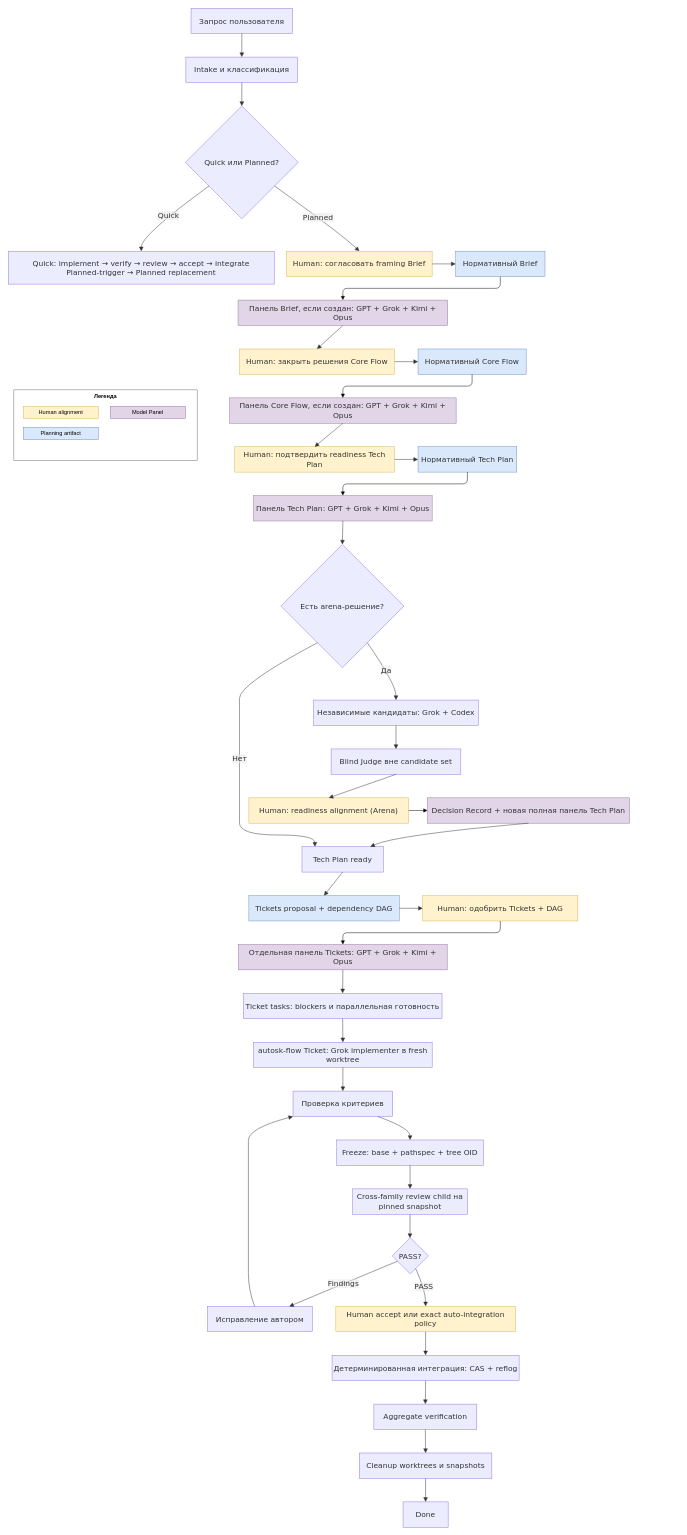
Above: page "Workflow" (1 of 2) of diagrams/autosk-flow.drawio in Valeron2206/autosk-traycer-flow (draw.io), before the change. Source tidied: cells renumbered, new cells numbered last; positions are measured from the earlier drawing's top-left corner, leaving out a move shared by most shapes. Both pictures are drawn from the tidied source at 47%, with x=0, y=0 at pixel (8, 8).
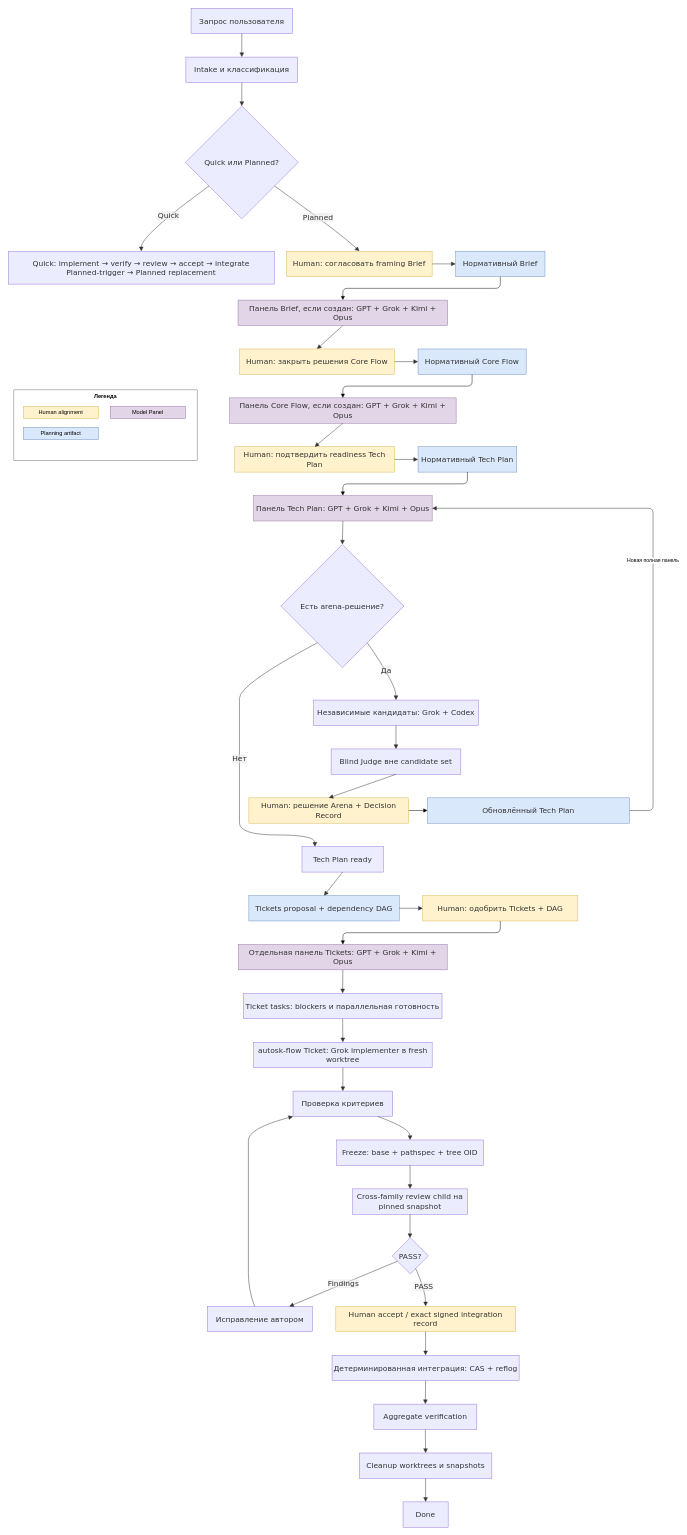
The same page after the edit.

Unchanged cells that the change refers to:
```xml
<mxCell id="11" value="Панель Tech Plan: GPT + Grok + Kimi + Opus" style="html=1;whiteSpace=wrap;strokeWidth=1;fillColor=light-dark(#E1D5E7,#33283a);strokeColor=light-dark(#9673A6,#9673a6);fontColor=light-dark(#333333,#f0f0f0);fontFamily=Trebuchet MS,Verdana,Arial,sans-serif;fontSize=16;" parent="1" vertex="1">
  <mxGeometry x="522" y="1037" width="380" height="54" as="geometry" />
</mxCell>
<mxCell id="16" value="Tech Plan ready" style="html=1;whiteSpace=wrap;strokeWidth=1;fillColor=light-dark(#ECECFF,#1f2020);strokeColor=light-dark(#9370DB,#cccccc);fontColor=light-dark(#333333,#cccccc);fontFamily=Trebuchet MS,Verdana,Arial,sans-serif;fontSize=16;" parent="1" vertex="1">
  <mxGeometry x="625" y="1784" width="173" height="54" as="geometry" />
</mxCell>
```

The edit, as a diff of the source:
```diff
@@
-    <mxCell id="15" value="Decision Record + новая полная панель Tech Plan" style="html=1;whiteSpace=wrap;strokeWidth=1;fillColor=light-dark(#E1D5E7,#33283a);strokeColor=light-dark(#9673A6,#9673a6);fontColor=light-dark(#333333,#f0f0f0);fontFamily=Trebuchet MS,Verdana,Arial,sans-serif;fontSize=16;" parent="1" vertex="1">
+    <mxCell id="15" value="Обновлённый Tech Plan" style="html=1;whiteSpace=wrap;strokeWidth=1;fillColor=light-dark(#DAE8FC,#1d3348);strokeColor=light-dark(#6C8EBF,#6c8ebf);fontColor=light-dark(#333333,#f0f0f0);fontFamily=Trebuchet MS,Verdana,Arial,sans-serif;fontSize=16;" parent="1" vertex="1">
       <mxGeometry x="892" y="1680" width="430" height="54" as="geometry" />
     </mxCell>
@@
-    <mxCell id="26" value="Human accept или exact auto-integration policy" style="html=1;whiteSpace=wrap;strokeWidth=1;fillColor=light-dark(#FFF2CC,#3b3420);strokeColor=light-dark(#D6B656,#d6b656);fontColor=light-dark(#333333,#f0f0f0);fontFamily=Trebuchet MS,Verdana,Arial,sans-serif;fontSize=16;" parent="1" vertex="1">
+    <mxCell id="26" value="Human accept / exact signed integration record" style="html=1;whiteSpace=wrap;strokeWidth=1;fillColor=light-dark(#FFF2CC,#3b3420);strokeColor=light-dark(#D6B656,#d6b656);fontColor=light-dark(#333333,#f0f0f0);fontFamily=Trebuchet MS,Verdana,Arial,sans-serif;fontSize=16;" parent="1" vertex="1">
       <mxGeometry x="697" y="2762" width="382" height="54" as="geometry" />
     </mxCell>
@@
-    <mxCell id="35" value="Human: readiness alignment (Arena)" style="html=1;whiteSpace=wrap;strokeWidth=1;fillColor=light-dark(#FFF2CC,#3b3420);strokeColor=light-dark(#D6B656,#d6b656);fontColor=light-dark(#333333,#f0f0f0);fontFamily=Trebuchet MS,Verdana,Arial,sans-serif;fontSize=16;" parent="1" vertex="1">
+    <mxCell id="35" value="Human: решение Arena + Decision Record" style="html=1;whiteSpace=wrap;strokeWidth=1;fillColor=light-dark(#FFF2CC,#3b3420);strokeColor=light-dark(#D6B656,#d6b656);fontColor=light-dark(#333333,#f0f0f0);fontFamily=Trebuchet MS,Verdana,Arial,sans-serif;fontSize=16;" parent="1" vertex="1">
       <mxGeometry x="512" y="1680" width="340" height="54" as="geometry" />
     </mxCell>
@@
-    <mxCell id="57" style="curved=1;startArrow=none;endArrow=block;endSize=7;strokeColor=light-dark(#333333,#cccccc);exitX=0.5;exitY=1;entryX=0.84;entryY=0;" parent="1" edge="1" source="15" target="16">
+    <mxCell id="57" value="Новая полная панель" style="edgeStyle=orthogonalEdgeStyle;rounded=1;startArrow=none;endArrow=block;endSize=7;strokeColor=light-dark(#333333,#cccccc);exitX=1;exitY=0.5;entryX=1;entryY=0.5;html=1;labelBackgroundColor=#ffffff;" parent="1" edge="1" source="15" target="11">
       <mxGeometry relative="1" as="geometry">
         <Array as="points">
-          <mxPoint x="825" y="1759" />
+          <mxPoint x="1372" y="1707" />
+          <mxPoint x="1372" y="1064" />
         </Array>
       </mxGeometry>
     </mxCell>
```
